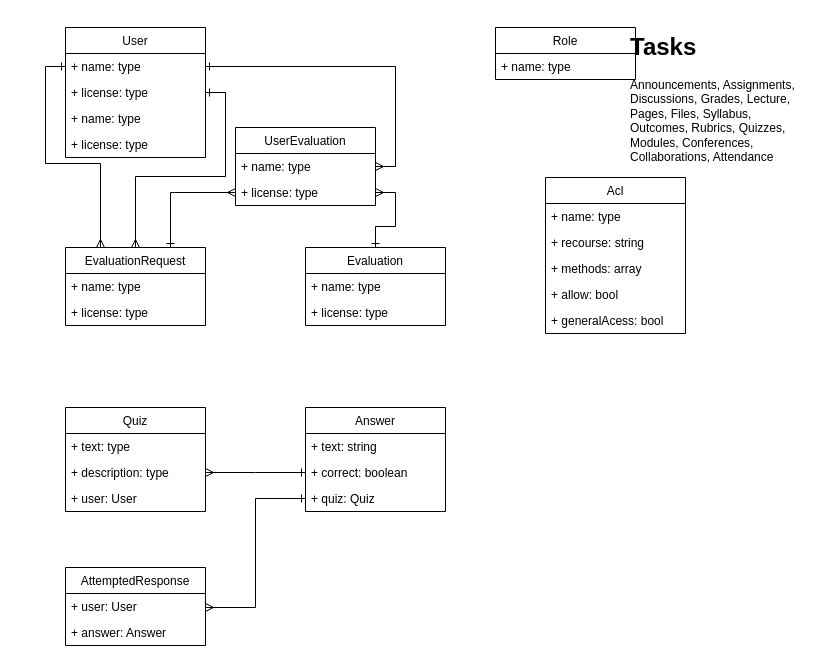
Before: page "Modelo dados" (1 of 4) of data/diagram.drawio in Everest4-0/Everest4.0-server, a draw.io diagram. Source tidied: cells renumbered, new cells numbered last; positions are measured from the earlier drawing's top-left corner, leaving out a move shared by most shapes. Both pictures are drawn from the tidied source at 100%, with x=0, y=0 at pixel (65, 27).
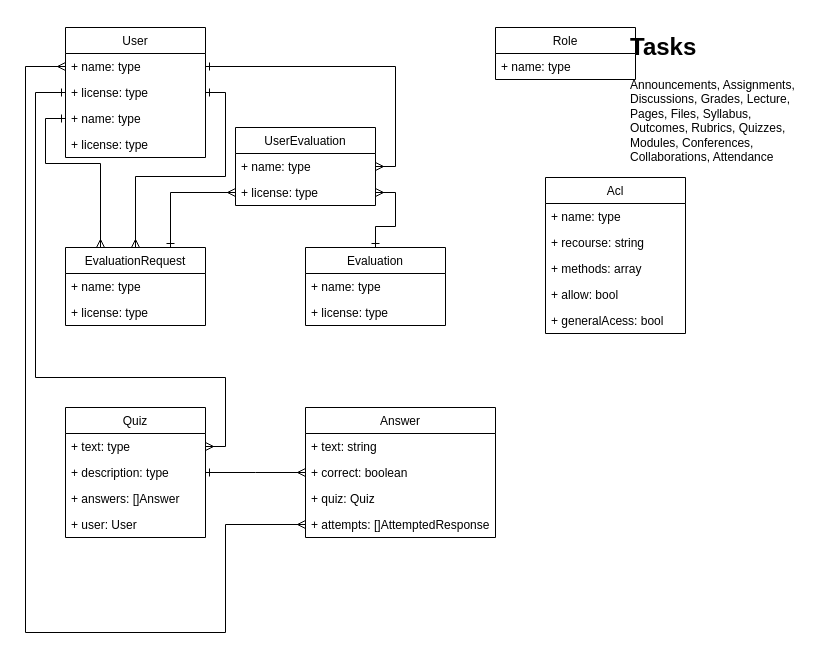
The same diagram, later.

The change refers to these unchanged cells:
```xml
<mxCell id="3" value="+ name: type" style="text;strokeColor=none;fillColor=none;align=left;verticalAlign=top;spacingLeft=4;spacingRight=4;overflow=hidden;points=[[0,0.5],[1,0.5]];portConstraint=eastwest;" parent="2" vertex="1">
  <mxGeometry y="26" width="140" height="26" as="geometry" />
</mxCell>
<mxCell id="4" value="+ license: type" style="text;strokeColor=none;fillColor=none;align=left;verticalAlign=top;spacingLeft=4;spacingRight=4;overflow=hidden;points=[[0,0.5],[1,0.5]];portConstraint=eastwest;" parent="2" vertex="1">
  <mxGeometry y="52" width="140" height="26" as="geometry" />
</mxCell>
<mxCell id="5" value="+ name: type" style="text;strokeColor=none;fillColor=none;align=left;verticalAlign=top;spacingLeft=4;spacingRight=4;overflow=hidden;points=[[0,0.5],[1,0.5]];portConstraint=eastwest;" parent="2" vertex="1">
  <mxGeometry y="78" width="140" height="26" as="geometry" />
</mxCell>
<mxCell id="23" value="EvaluationRequest" style="swimlane;fontStyle=0;horizontal=1;startSize=26;fillColor=none;" parent="1" vertex="1">
  <mxGeometry y="220" width="140" height="78" as="geometry" />
</mxCell>
<mxCell id="31" value="+ text: type" style="text;strokeColor=none;fillColor=none;align=left;verticalAlign=top;spacingLeft=4;spacingRight=4;overflow=hidden;points=[[0,0.5],[1,0.5]];portConstraint=eastwest;" parent="30" vertex="1">
  <mxGeometry y="26" width="140" height="26" as="geometry" />
</mxCell>
<mxCell id="32" value="+ description: type" style="text;strokeColor=none;fillColor=none;align=left;verticalAlign=top;spacingLeft=4;spacingRight=4;overflow=hidden;points=[[0,0.5],[1,0.5]];portConstraint=eastwest;" parent="30" vertex="1">
  <mxGeometry y="52" width="140" height="26" as="geometry" />
</mxCell>
```

What changed in the source:
```diff
@@
-    <mxCell id="21" style="edgeStyle=orthogonalEdgeStyle;rounded=0;jettySize=auto;html=1;exitX=0.25;exitY=0;exitDx=0;exitDy=0;entryX=0;entryY=0.5;entryDx=0;entryDy=0;endArrow=ERone;endFill=0;startArrow=ERmany;startFill=0;" parent="1" edge="1" source="23" target="3">
-      <mxGeometry relative="1" as="geometry" />
+    <mxCell id="21" style="edgeStyle=orthogonalEdgeStyle;rounded=0;jettySize=auto;html=1;exitX=0.25;exitY=0;exitDx=0;exitDy=0;entryX=0;entryY=0.5;entryDx=0;entryDy=0;endArrow=ERone;endFill=0;startArrow=ERmany;startFill=0;" parent="1" edge="1" source="23" target="5">
+      <mxGeometry relative="1" as="geometry">
+        <Array as="points">
+          <mxPoint x="35" y="136" />
+          <mxPoint x="-20" y="136" />
+          <mxPoint x="-20" y="91" />
+        </Array>
+      </mxGeometry>
     </mxCell>
@@
     <mxCell id="30" value="Quiz" style="swimlane;fontStyle=0;horizontal=1;startSize=26;fillColor=none;" parent="1" vertex="1">
-      <mxGeometry y="380" width="140" height="104" as="geometry" />
+      <mxGeometry y="380" width="140" height="130" as="geometry" />
     </mxCell>
@@
+    <mxCell id="43" value="+ answers: []Answer" style="text;strokeColor=none;fillColor=none;align=left;verticalAlign=top;spacingLeft=4;spacingRight=4;overflow=hidden;" parent="30" vertex="1">
+      <mxGeometry y="78" width="140" height="26" as="geometry" />
+    </mxCell>
     <mxCell id="33" value="+ user: User" style="text;strokeColor=none;fillColor=none;align=left;verticalAlign=top;spacingLeft=4;spacingRight=4;overflow=hidden;" parent="30" vertex="1">
-      <mxGeometry y="78" width="140" height="26" as="geometry" />
+      <mxGeometry y="104" width="140" height="26" as="geometry" />
     </mxCell>
     <mxCell id="34" value="Answer" style="swimlane;fontStyle=0;horizontal=1;startSize=26;fillColor=none;" parent="1" vertex="1">
-      <mxGeometry x="240" y="380" width="140" height="104" as="geometry" />
+      <mxGeometry x="240" y="380" width="190" height="130" as="geometry" />
     </mxCell>
     <mxCell id="35" value="+ text: string" style="text;strokeColor=none;fillColor=none;align=left;verticalAlign=top;spacingLeft=4;spacingRight=4;overflow=hidden;" parent="34" vertex="1">
-      <mxGeometry y="26" width="140" height="26" as="geometry" />
+      <mxGeometry y="26" width="190" height="26" as="geometry" />
     </mxCell>
     <mxCell id="36" value="+ correct: boolean" style="text;strokeColor=none;fillColor=none;align=left;verticalAlign=top;spacingLeft=4;spacingRight=4;overflow=hidden;" parent="34" vertex="1">
-      <mxGeometry y="52" width="140" height="26" as="geometry" />
+      <mxGeometry y="52" width="190" height="26" as="geometry" />
     </mxCell>
     <mxCell id="37" value="+ quiz: Quiz" style="text;strokeColor=none;fillColor=none;align=left;verticalAlign=top;spacingLeft=4;spacingRight=4;overflow=hidden;points=[[0,0.5],[1,0.5]];portConstraint=eastwest;" parent="34" vertex="1">
-      <mxGeometry y="78" width="140" height="26" as="geometry" />
+      <mxGeometry y="78" width="190" height="26" as="geometry" />
     </mxCell>
-    <mxCell id="38" value="AttemptedResponse" style="swimlane;fontStyle=0;horizontal=1;startSize=26;fillColor=none;" parent="1" vertex="1">
-      <mxGeometry y="540" width="140" height="78" as="geometry" />
-    </mxCell>
-    <mxCell id="39" value="+ user: User" style="text;strokeColor=none;fillColor=none;align=left;verticalAlign=top;spacingLeft=4;spacingRight=4;overflow=hidden;points=[[0,0.5],[1,0.5]];portConstraint=eastwest;" parent="38" vertex="1">
-      <mxGeometry y="26" width="140" height="26" as="geometry" />
-    </mxCell>
-    <mxCell id="40" value="+ answer: Answer" style="text;strokeColor=none;fillColor=none;align=left;verticalAlign=top;spacingLeft=4;spacingRight=4;overflow=hidden;" parent="38" vertex="1">
-      <mxGeometry y="52" width="140" height="26" as="geometry" />
-    </mxCell>
+    <mxCell id="44" value="+ attempts: []AttemptedResponse" style="text;strokeColor=none;fillColor=none;align=left;verticalAlign=top;spacingLeft=4;spacingRight=4;overflow=hidden;points=[[0,0.5],[1,0.5]];portConstraint=eastwest;" parent="34" vertex="1">
+      <mxGeometry y="104" width="190" height="26" as="geometry" />
+    </mxCell>
-    <mxCell id="41" style="edgeStyle=orthogonalEdgeStyle;rounded=0;jettySize=auto;html=1;exitX=1;exitY=0.5;exitDx=0;exitDy=0;entryX=0;entryY=0.5;entryDx=0;entryDy=0;endArrow=ERone;endFill=0;startArrow=ERmany;startFill=0;" parent="1" edge="1" source="32">
+    <mxCell id="41" style="edgeStyle=orthogonalEdgeStyle;rounded=0;jettySize=auto;html=1;exitX=1;exitY=0.5;exitDx=0;exitDy=0;entryX=0;entryY=0.5;entryDx=0;entryDy=0;endArrow=ERmany;endFill=0;startArrow=ERone;startFill=0;" parent="1" edge="1" source="32">
       <mxGeometry relative="1" as="geometry">
         <mxPoint x="240" y="445" as="targetPoint" />
       </mxGeometry>
     </mxCell>
-    <mxCell id="42" style="edgeStyle=orthogonalEdgeStyle;rounded=0;jettySize=auto;html=1;entryX=1;entryY=0.538;entryDx=0;entryDy=0;entryPerimeter=0;endArrow=ERmany;endFill=0;startArrow=ERone;startFill=0;" parent="1" edge="1" source="37" target="39">
-      <mxGeometry relative="1" as="geometry" />
-    </mxCell>
+    <mxCell id="45" style="edgeStyle=orthogonalEdgeStyle;rounded=0;jettySize=auto;html=1;exitX=1;exitY=0.5;exitDx=0;exitDy=0;entryX=0;entryY=0.5;entryDx=0;entryDy=0;startArrow=ERmany;startFill=0;endArrow=ERone;endFill=0;" parent="1" edge="1" source="31" target="4">
+      <mxGeometry relative="1" as="geometry">
+        <Array as="points">
+          <mxPoint x="160" y="419" />
+          <mxPoint x="160" y="350" />
+          <mxPoint x="-30" y="350" />
+          <mxPoint x="-30" y="65" />
+        </Array>
+      </mxGeometry>
+    </mxCell>
+    <mxCell id="46" style="edgeStyle=orthogonalEdgeStyle;rounded=0;jettySize=auto;html=1;exitX=0;exitY=0.5;exitDx=0;exitDy=0;entryX=0;entryY=0.5;entryDx=0;entryDy=0;startArrow=ERmany;startFill=0;endArrow=ERmany;endFill=0;" parent="1" edge="1" source="44" target="3">
+      <mxGeometry relative="1" as="geometry">
+        <Array as="points">
+          <mxPoint x="160" y="497" />
+          <mxPoint x="160" y="605" />
+          <mxPoint x="-40" y="605" />
+          <mxPoint x="-40" y="39" />
+        </Array>
+      </mxGeometry>
+    </mxCell>
```
